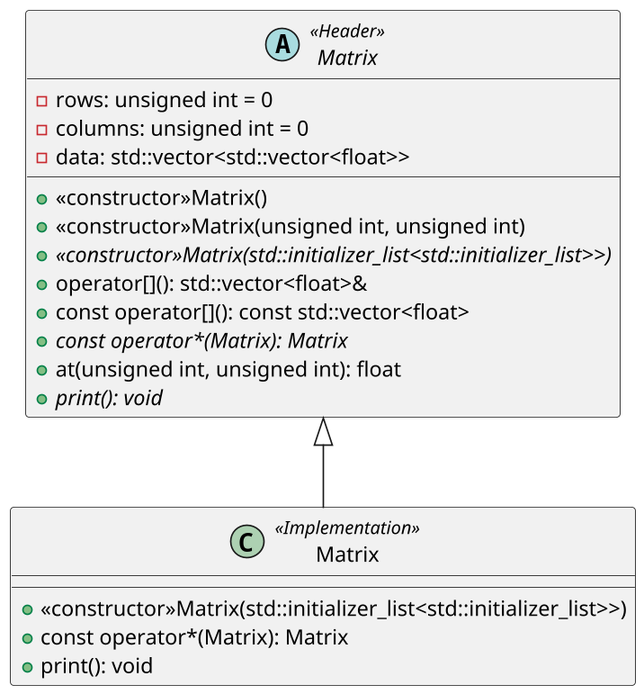
Before: docs/classes.png, a diagram exported from PlantUML (Memnonov/fun_with_matrices).
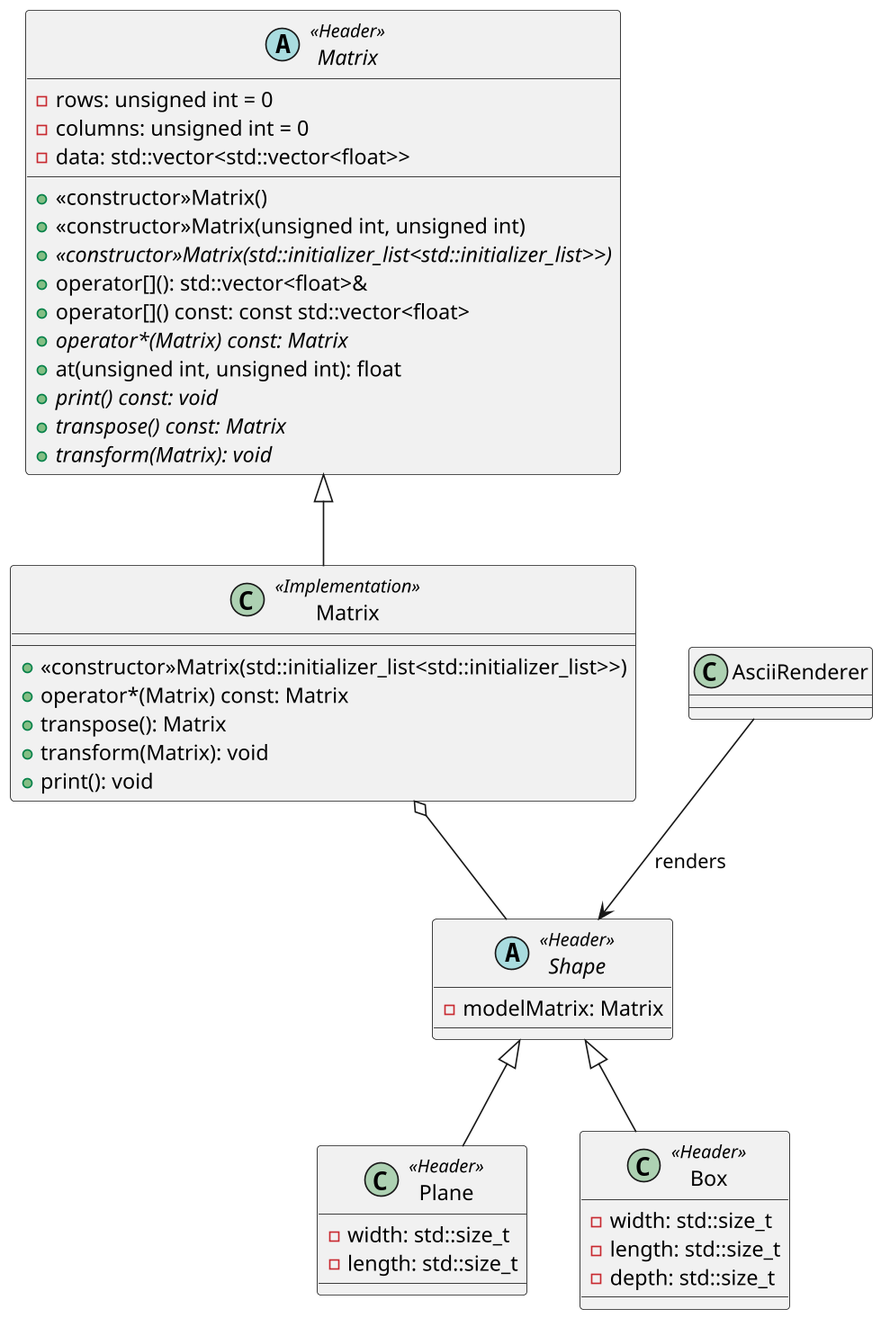
Above is the later version.

Commit message:
Matrix::transform done

What changed in the source:
```diff
@@ -9,19 +9,41 @@
   -data: std::vector<std::vector<float>>
   +<<constructor>>Matrix()
   +<<constructor>>Matrix(unsigned int, unsigned int)
-  +{abstract}<<constructor>>Matrix(std::initializer_list<std::initializer_list>>)
+  +{abstract} <<constructor>>Matrix(std::initializer_list<std::initializer_list>>)
   +operator[](): std::vector<float>&
-  +const operator[](): const std::vector<float>
-  +{abstract}const operator*(Matrix): Matrix
+  +operator[]() const: const std::vector<float>
+  +{abstract} operator*(Matrix) const: Matrix
   +at(unsigned int, unsigned int): float
-  +{abstract} print(): void
+  +{abstract} print() const: void
+  +{abstract} transpose() const: Matrix
+  +{abstract}transform(Matrix): void
 }
 
 class "Matrix" as m_implementation <<Implementation>> extends m_header {
   +<<constructor>>Matrix(std::initializer_list<std::initializer_list>>)
-  +const operator*(Matrix): Matrix
+  +operator*(Matrix) const: Matrix
+  +transpose(): Matrix
+  +transform(Matrix): void
   +print(): void
 }
 
+abstract Shape <<Header>> {
+  -modelMatrix: Matrix
+}
+m_implementation o-- Shape
+
+class Plane <<Header>> extends Shape {
+-width: std::size_t
+-length: std::size_t
+}
+
+class Box <<Header>> extends Shape {
+-width: std::size_t
+-length: std::size_t
+-depth: std::size_t
+}
+
+class AsciiRenderer
+AsciiRenderer --> Shape : renders
 
 @enduml
```
